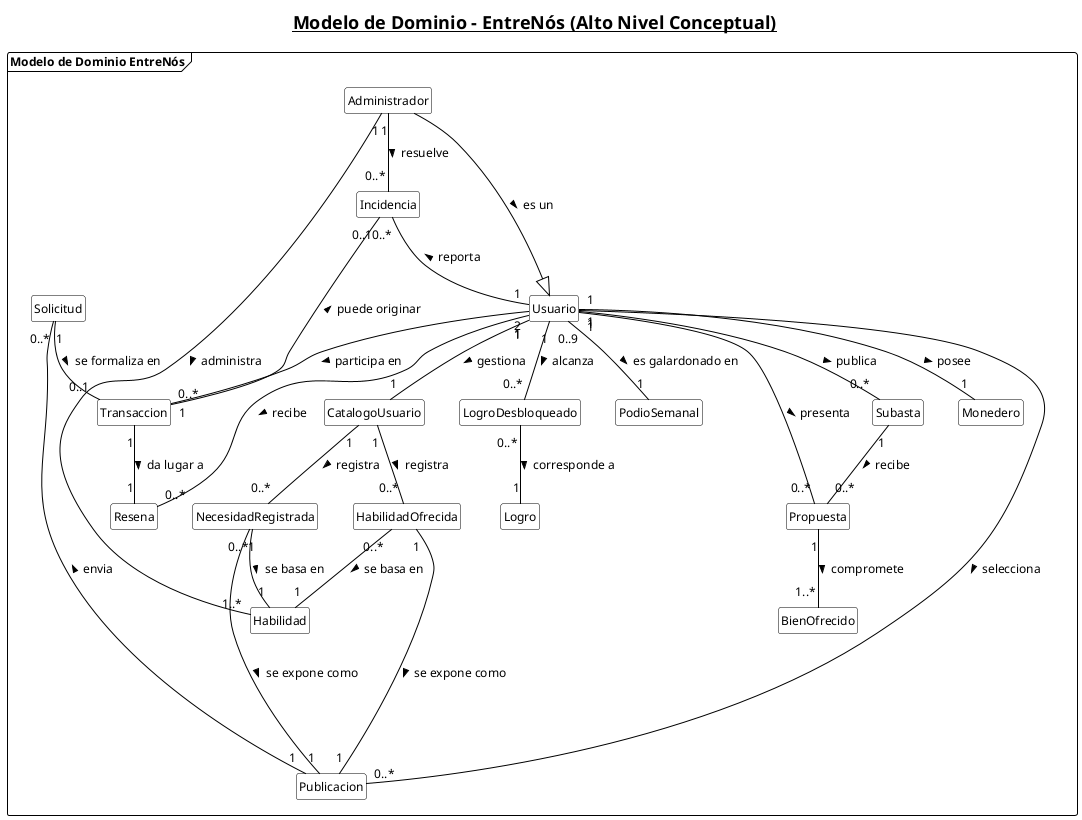
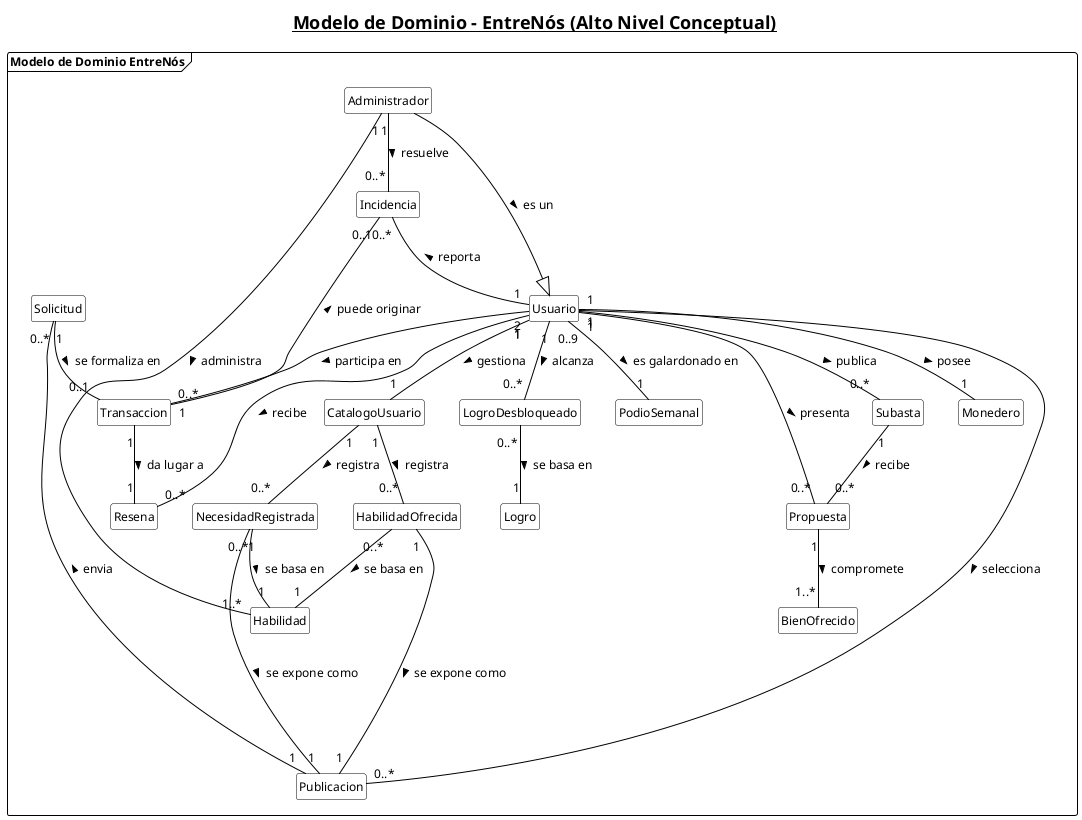
@startuml

skinparam orthogonalLayoutStrategy none
skinparam DefaultFontName Arial
skinparam DefaultFontSize 12
skinparam class {
    BackgroundColor White
    ArrowColor Black
    BorderColor Black
}

skinparam title {
    FontSize 18
}

skinparam frame {
    BorderColor Black
    FontColor Black
    BackgroundColor White
}

hide empty members
hide methods
hide circle

title __Modelo de Dominio - EntreNós (Alto Nivel Conceptual)__
frame "Modelo de Dominio EntreNós" {

class Usuario
class Monedero
class CatalogoUsuario
class Habilidad
class HabilidadOfrecida
class NecesidadRegistrada
class Publicacion
class Solicitud
class Transaccion
class Resena
class Subasta
class Propuesta
class BienOfrecido
class Incidencia
class LogroDesbloqueado
class Logro
class PodioSemanal
class Administrador

'class Cancelacion
'
'Usuario "1" -- "0..*" Cancelacion : "solicita >"
'Cancelacion "0..1" -- "1" Transaccion : "anula >"

' --- GOBERNANZA, MODERACIÓN Y SEGURIDAD ---
Administrador --|> Usuario : "es un >"
Administrador "1" -- "1..*" Habilidad : "administra >"
Administrador "1" -- "0..*" Incidencia : "resuelve >"
Usuario "1" -up- "0..*" Incidencia : "reporta >"
Transaccion "1" -- "0..1" Incidencia : "puede originar >"

' --- IDENTIDAD, CONFIGURACIÓN Y CAPACIDADES ---
Usuario "1" -- "1" Monedero : "posee >"
Usuario "1" -- "1" CatalogoUsuario : "gestiona >"
CatalogoUsuario "1" -- "0..*" HabilidadOfrecida : "registra >"
CatalogoUsuario "1" -- "0..*" NecesidadRegistrada : "registra >"
HabilidadOfrecida "0..*" -- "1" Habilidad : "se basa en >"
NecesidadRegistrada "0..*" -- "1" Habilidad : "se basa en >"

' --- EL MURO Y LA INTERACCIÓN COMUNITARIA ---
HabilidadOfrecida "1" ---- "1" Publicacion : "se expone como >"
NecesidadRegistrada "1" --- "1" Publicacion : "se expone como >"
Usuario "1" -- "0..*" Publicacion : "selecciona >"

' --- FLUJO TRANSACCIONAL DE SERVICIOS (Trueque de Tiempo) ---
'Usuario "1" -- "0..*" Solicitud : "realiza >"
Solicitud "0..*" -- "1" Publicacion : "envia <"
Solicitud "1" -- "0..1" Transaccion : "se formaliza en >"
Usuario "2" -- "0..*" Transaccion : "participa en >"
Transaccion "1" -- "1" Resena : "da lugar a >"
Usuario "1" -- "0..*" Resena : "recibe >"

' --- DINÁMICA DE SUBASTAS (Trueque de Bienes Tangibles) ---
Usuario "1" -- "0..*" Subasta : "publica >"
Subasta "1" -- "0..*" Propuesta : "recibe >"
Propuesta "0..*" -- "1" Usuario : "presenta <"
Propuesta "1" -- "1..*" BienOfrecido : "compromete >"

' --- GAMIFICACIÓN, REPUTACIÓN Y FIDELIZACIÓN ---
Usuario "1" -- "0..*" LogroDesbloqueado : "alcanza >"
- LogroDesbloqueado "0..*" -- "1" Logro : "corresponde a >"
+ LogroDesbloqueado "0..*" -- "1" Logro : "se basa en >"
Usuario "0..9" -- "1" PodioSemanal : "es galardonado en >"

}

@enduml